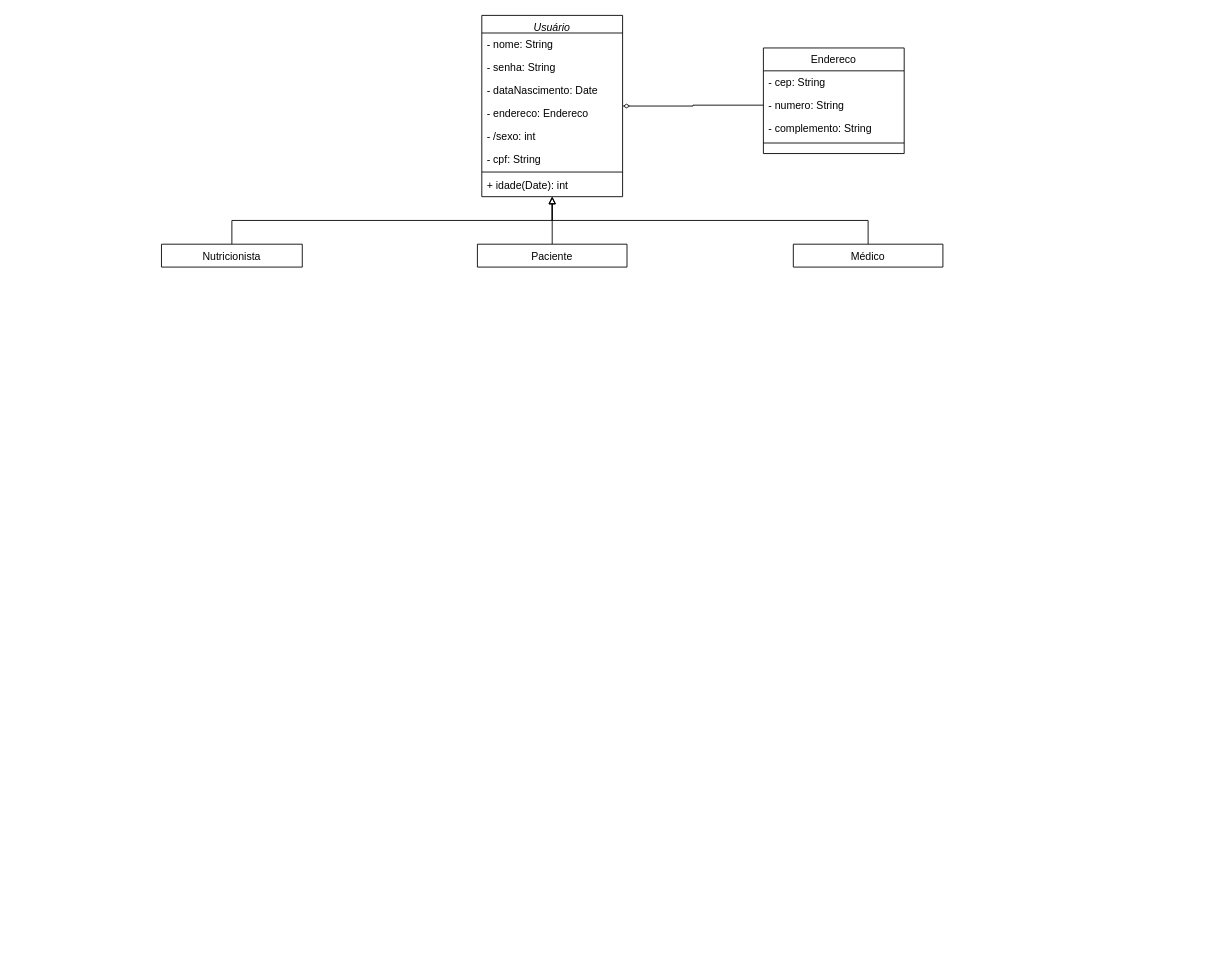
Before: diagrama_de_dominio.drawio in GabrielSilvaRodrigues/delimeter_app, a draw.io diagram. Source tidied: cells renumbered, new cells numbered last; positions are measured from the earlier drawing's top-left corner, leaving out a move shared by most shapes. Both pictures are drawn from the tidied source at 88%, with x=0, y=0 at pixel (161, 15).
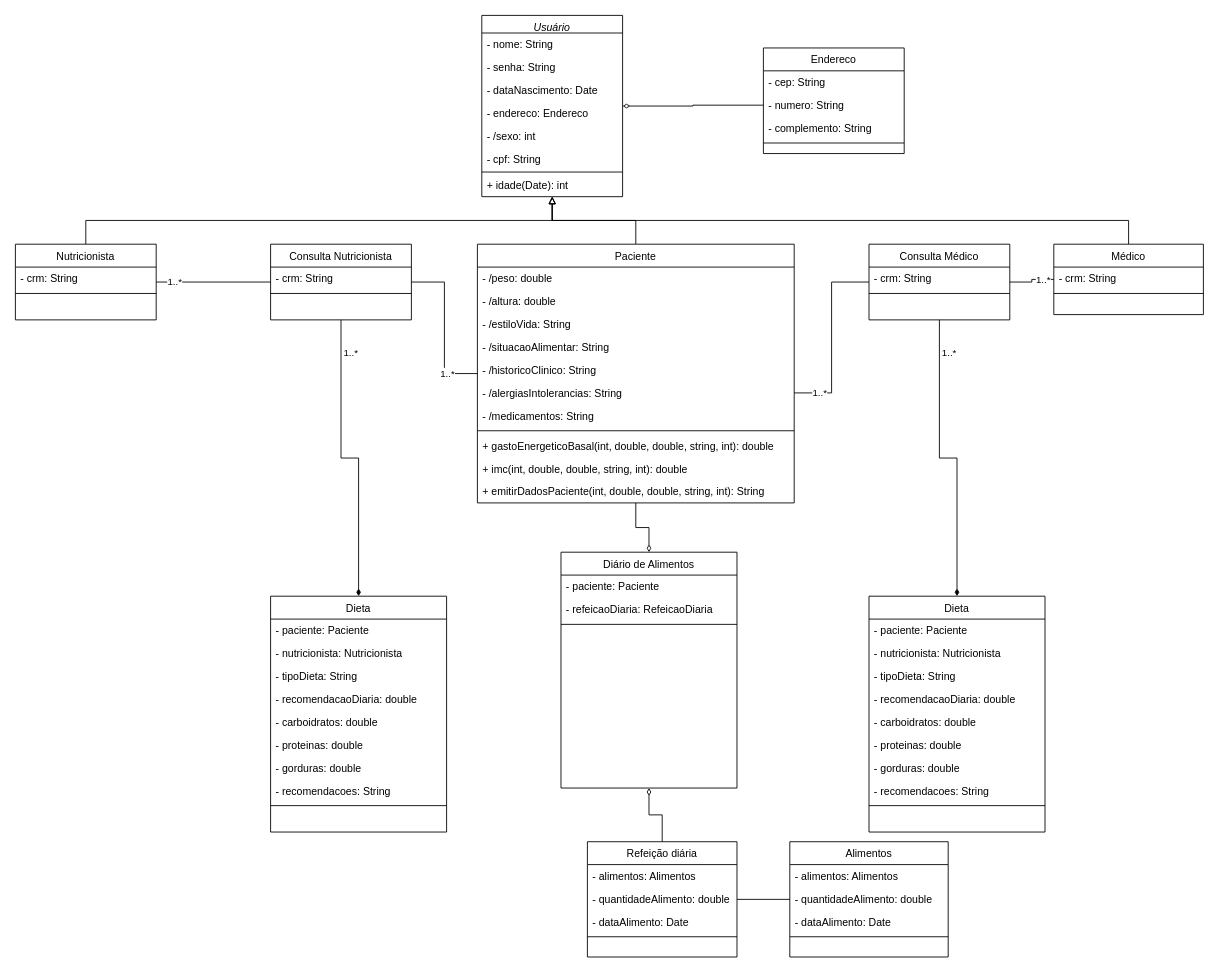
Above is the later version.

What changed in the source:
```diff
@@
-    <mxCell id="12" value="Nutricionista" style="swimlane;fontStyle=0;align=center;verticalAlign=top;horizontal=1;startSize=26;rounded=0;shadow=0;strokeWidth=1;" parent="1" vertex="1" collapsed="1">
-      <mxGeometry y="260" width="160" height="26" as="geometry" />
+    <mxCell id="12" value="Nutricionista" style="swimlane;fontStyle=0;align=center;verticalAlign=top;horizontal=1;startSize=26;rounded=0;shadow=0;strokeWidth=1;" parent="1" vertex="1">
+      <mxGeometry x="-166" y="260" width="160" height="86" as="geometry" />
     </mxCell>
+    <mxCell id="23" value="- crm: String" style="text;align=left;verticalAlign=top;spacingLeft=4;spacingRight=4;overflow=hidden;" parent="12" vertex="1">
+      <mxGeometry y="26" width="160" height="26" as="geometry" />
+    </mxCell>
+    <mxCell id="24" style="line;html=1;strokeWidth=1;align=left;verticalAlign=middle;spacingTop=-1;spacingLeft=3;spacingRight=3;labelPosition=right;" parent="12" vertex="1">
+      <mxGeometry y="52" width="160" height="8" as="geometry" />
+    </mxCell>
@@
+    <mxCell id="25" style="edgeStyle=orthogonalEdgeStyle;rounded=0;jettySize=auto;html=1;endArrow=none;startFill=0;" parent="1" edge="1" source="14" target="62">
+      <mxGeometry relative="1" as="geometry" />
+    </mxCell>
+    <mxCell id="26" value="1..*" style="edgeLabel;html=1;align=center;verticalAlign=middle;" parent="25" vertex="1">
+      <mxGeometry x="-0.5" relative="1" as="geometry" />
+    </mxCell>
-    <mxCell id="14" value="Médico" style="swimlane;fontStyle=0;align=center;verticalAlign=top;horizontal=1;startSize=26;rounded=0;shadow=0;strokeWidth=1;" parent="1" vertex="1" collapsed="1">
-      <mxGeometry x="718" y="260" width="170" height="26" as="geometry" />
+    <mxCell id="14" value="Médico" style="swimlane;fontStyle=0;align=center;verticalAlign=top;horizontal=1;startSize=26;rounded=0;shadow=0;strokeWidth=1;" parent="1" vertex="1">
+      <mxGeometry x="1014" y="260" width="170" height="80" as="geometry" />
     </mxCell>
+    <mxCell id="27" value="- crm: String" style="text;align=left;verticalAlign=top;spacingLeft=4;spacingRight=4;overflow=hidden;" parent="14" vertex="1">
+      <mxGeometry y="26" width="170" height="26" as="geometry" />
+    </mxCell>
+    <mxCell id="28" style="line;html=1;strokeWidth=1;align=left;verticalAlign=middle;spacingTop=-1;spacingLeft=3;spacingRight=3;labelPosition=right;" parent="14" vertex="1">
+      <mxGeometry y="52" width="170" height="8" as="geometry" />
+    </mxCell>
@@
+    <mxCell id="29" style="edgeStyle=orthogonalEdgeStyle;rounded=0;jettySize=auto;html=1;entryX=0.5;entryY=0;entryDx=0;entryDy=0;endArrow=diamondThin;endFill=0;" parent="1" edge="1" source="21" target="77">
+      <mxGeometry relative="1" as="geometry" />
+    </mxCell>
-    <mxCell id="21" value="Paciente" style="swimlane;fontStyle=0;align=center;verticalAlign=top;horizontal=1;startSize=26;rounded=0;shadow=0;strokeWidth=1;" parent="1" vertex="1" collapsed="1">
-      <mxGeometry x="359" y="260" width="170" height="26" as="geometry" />
+    <mxCell id="21" value="Paciente" style="swimlane;fontStyle=0;align=center;verticalAlign=top;horizontal=1;startSize=26;rounded=0;shadow=0;strokeWidth=1;" parent="1" vertex="1">
+      <mxGeometry x="359" y="260" width="360" height="294" as="geometry" />
     </mxCell>
+    <mxCell id="30" value="- /peso: double" style="text;align=left;verticalAlign=top;spacingLeft=4;spacingRight=4;overflow=hidden;" parent="21" vertex="1">
+      <mxGeometry y="26" width="360" height="26" as="geometry" />
+    </mxCell>
+    <mxCell id="31" value="- /altura: double" style="text;align=left;verticalAlign=top;spacingLeft=4;spacingRight=4;overflow=hidden;" parent="21" vertex="1">
+      <mxGeometry y="52" width="360" height="26" as="geometry" />
+    </mxCell>
+    <mxCell id="32" value="- /estiloVida: String" style="text;align=left;verticalAlign=top;spacingLeft=4;spacingRight=4;overflow=hidden;" parent="21" vertex="1">
+      <mxGeometry y="78" width="360" height="26" as="geometry" />
+    </mxCell>
+    <mxCell id="33" value="- /situacaoAlimentar: String" style="text;align=left;verticalAlign=top;spacingLeft=4;spacingRight=4;overflow=hidden;" parent="21" vertex="1">
+      <mxGeometry y="104" width="360" height="26" as="geometry" />
+    </mxCell>
+    <mxCell id="34" value="- /historicoClinico: String" style="text;align=left;verticalAlign=top;spacingLeft=4;spacingRight=4;overflow=hidden;" parent="21" vertex="1">
+      <mxGeometry y="130" width="360" height="26" as="geometry" />
+    </mxCell>
+    <mxCell id="35" value="- /alergiasIntolerancias: String" style="text;align=left;verticalAlign=top;spacingLeft=4;spacingRight=4;overflow=hidden;points=[[0,0.5],[1,0.5]];portConstraint=eastwest;" parent="21" vertex="1">
+      <mxGeometry y="156" width="360" height="26" as="geometry" />
+    </mxCell>
+    <mxCell id="36" value="- /medicamentos: String" style="text;align=left;verticalAlign=top;spacingLeft=4;spacingRight=4;overflow=hidden;" parent="21" vertex="1">
+      <mxGeometry y="182" width="360" height="26" as="geometry" />
+    </mxCell>
+    <mxCell id="37" style="line;html=1;strokeWidth=1;align=left;verticalAlign=middle;spacingTop=-1;spacingLeft=3;spacingRight=3;labelPosition=right;" parent="21" vertex="1">
+      <mxGeometry y="208" width="360" height="8" as="geometry" />
+    </mxCell>
+    <mxCell id="38" value="+ gastoEnergeticoBasal(int, double, double, string, int): double" style="text;align=left;verticalAlign=top;spacingLeft=4;spacingRight=4;overflow=hidden;" parent="21" vertex="1">
+      <mxGeometry y="216" width="360" height="26" as="geometry" />
+    </mxCell>
+    <mxCell id="39" value="+ imc(int, double, double, string, int): double" style="text;align=left;verticalAlign=top;spacingLeft=4;spacingRight=4;overflow=hidden;" parent="21" vertex="1">
+      <mxGeometry y="242" width="360" height="26" as="geometry" />
+    </mxCell>
+    <mxCell id="40" value="+ emitirDadosPaciente(int, double, double, string, int): String" style="text;align=left;verticalAlign=top;spacingLeft=4;spacingRight=4;overflow=hidden;" parent="21" vertex="1">
+      <mxGeometry y="268" width="360" height="26" as="geometry" />
+    </mxCell>
@@
+    <mxCell id="41" style="edgeStyle=orthogonalEdgeStyle;rounded=0;jettySize=auto;html=1;entryX=0.5;entryY=0;entryDx=0;entryDy=0;endArrow=diamondThin;endFill=1;" parent="1" edge="1" source="47" target="50">
+      <mxGeometry relative="1" as="geometry" />
+    </mxCell>
+    <mxCell id="42" value="1..*" style="edgeLabel;html=1;align=center;verticalAlign=middle;" parent="41" vertex="1">
+      <mxGeometry x="-0.78" relative="1" as="geometry">
+        <mxPoint x="10" as="offset" />
+      </mxGeometry>
+    </mxCell>
+    <mxCell id="43" style="edgeStyle=orthogonalEdgeStyle;rounded=0;jettySize=auto;html=1;entryX=1;entryY=0.5;entryDx=0;entryDy=0;endArrow=none;startFill=0;" parent="1" edge="1" source="47" target="12">
+      <mxGeometry relative="1" as="geometry" />
+    </mxCell>
+    <mxCell id="44" value="1..*" style="edgeLabel;html=1;align=center;verticalAlign=middle;" parent="43" vertex="1">
+      <mxGeometry x="0.69" y="-1" relative="1" as="geometry" />
+    </mxCell>
+    <mxCell id="45" style="edgeStyle=orthogonalEdgeStyle;rounded=0;jettySize=auto;html=1;entryX=0;entryY=0.5;entryDx=0;entryDy=0;endArrow=none;startFill=0;" parent="1" edge="1" source="47" target="21">
+      <mxGeometry relative="1" as="geometry" />
+    </mxCell>
+    <mxCell id="46" value="1..*" style="edgeLabel;html=1;align=center;verticalAlign=middle;" parent="45" vertex="1">
+      <mxGeometry x="0.61" y="1" relative="1" as="geometry" />
+    </mxCell>
+    <mxCell id="47" value="Consulta Nutricionista" style="swimlane;fontStyle=0;align=center;verticalAlign=top;horizontal=1;startSize=26;rounded=0;shadow=0;strokeWidth=1;" parent="1" vertex="1">
+      <mxGeometry x="124" y="260" width="160" height="86" as="geometry" />
+    </mxCell>
+    <mxCell id="48" value="- crm: String" style="text;align=left;verticalAlign=top;spacingLeft=4;spacingRight=4;overflow=hidden;" parent="47" vertex="1">
+      <mxGeometry y="26" width="160" height="26" as="geometry" />
+    </mxCell>
+    <mxCell id="49" style="line;html=1;strokeWidth=1;align=left;verticalAlign=middle;spacingTop=-1;spacingLeft=3;spacingRight=3;labelPosition=right;" parent="47" vertex="1">
+      <mxGeometry y="52" width="160" height="8" as="geometry" />
+    </mxCell>
+    <mxCell id="50" value="Dieta" style="swimlane;fontStyle=0;align=center;verticalAlign=top;horizontal=1;startSize=26;rounded=0;shadow=0;strokeWidth=1;" parent="1" vertex="1">
+      <mxGeometry x="124" y="660" width="200" height="268" as="geometry" />
+    </mxCell>
+    <mxCell id="51" value="- paciente: Paciente" style="text;align=left;verticalAlign=top;spacingLeft=4;spacingRight=4;overflow=hidden;" parent="50" vertex="1">
+      <mxGeometry y="26" width="200" height="26" as="geometry" />
+    </mxCell>
+    <mxCell id="52" value="- nutricionista: Nutricionista" style="text;align=left;verticalAlign=top;spacingLeft=4;spacingRight=4;overflow=hidden;" parent="50" vertex="1">
+      <mxGeometry y="52" width="200" height="26" as="geometry" />
+    </mxCell>
+    <mxCell id="53" value="- tipoDieta: String" style="text;align=left;verticalAlign=top;spacingLeft=4;spacingRight=4;overflow=hidden;" parent="50" vertex="1">
+      <mxGeometry y="78" width="200" height="26" as="geometry" />
+    </mxCell>
+    <mxCell id="54" value="- recomendacaoDiaria: double" style="text;align=left;verticalAlign=top;spacingLeft=4;spacingRight=4;overflow=hidden;" parent="50" vertex="1">
+      <mxGeometry y="104" width="200" height="26" as="geometry" />
+    </mxCell>
+    <mxCell id="55" value="- carboidratos: double" style="text;align=left;verticalAlign=top;spacingLeft=4;spacingRight=4;overflow=hidden;" parent="50" vertex="1">
+      <mxGeometry y="130" width="200" height="26" as="geometry" />
+    </mxCell>
+    <mxCell id="56" value="- proteinas: double" style="text;align=left;verticalAlign=top;spacingLeft=4;spacingRight=4;overflow=hidden;" parent="50" vertex="1">
+      <mxGeometry y="156" width="200" height="26" as="geometry" />
+    </mxCell>
+    <mxCell id="57" value="- gorduras: double" style="text;align=left;verticalAlign=top;spacingLeft=4;spacingRight=4;overflow=hidden;" parent="50" vertex="1">
+      <mxGeometry y="182" width="200" height="26" as="geometry" />
+    </mxCell>
+    <mxCell id="58" value="- recomendacoes: String" style="text;align=left;verticalAlign=top;spacingLeft=4;spacingRight=4;overflow=hidden;" parent="50" vertex="1">
+      <mxGeometry y="208" width="200" height="26" as="geometry" />
+    </mxCell>
+    <mxCell id="59" style="line;html=1;strokeWidth=1;align=left;verticalAlign=middle;spacingTop=-1;spacingLeft=3;spacingRight=3;labelPosition=right;" parent="50" vertex="1">
+      <mxGeometry y="234" width="200" height="8" as="geometry" />
+    </mxCell>
+    <mxCell id="60" style="edgeStyle=orthogonalEdgeStyle;rounded=0;jettySize=auto;html=1;entryX=0.5;entryY=0;entryDx=0;entryDy=0;endArrow=diamondThin;endFill=1;" parent="1" edge="1" source="62" target="65">
+      <mxGeometry relative="1" as="geometry" />
+    </mxCell>
+    <mxCell id="61" value="1..*" style="edgeLabel;html=1;align=center;verticalAlign=middle;" parent="60" vertex="1">
+      <mxGeometry x="-0.78" relative="1" as="geometry">
+        <mxPoint x="10" as="offset" />
+      </mxGeometry>
+    </mxCell>
+    <mxCell id="62" value="Consulta Médico" style="swimlane;fontStyle=0;align=center;verticalAlign=top;horizontal=1;startSize=26;rounded=0;shadow=0;strokeWidth=1;" parent="1" vertex="1">
+      <mxGeometry x="804" y="260" width="160" height="86" as="geometry" />
+    </mxCell>
+    <mxCell id="63" value="- crm: String" style="text;align=left;verticalAlign=top;spacingLeft=4;spacingRight=4;overflow=hidden;" parent="62" vertex="1">
+      <mxGeometry y="26" width="160" height="26" as="geometry" />
+    </mxCell>
+    <mxCell id="64" style="line;html=1;strokeWidth=1;align=left;verticalAlign=middle;spacingTop=-1;spacingLeft=3;spacingRight=3;labelPosition=right;" parent="62" vertex="1">
+      <mxGeometry y="52" width="160" height="8" as="geometry" />
+    </mxCell>
+    <mxCell id="65" value="Dieta" style="swimlane;fontStyle=0;align=center;verticalAlign=top;horizontal=1;startSize=26;rounded=0;shadow=0;strokeWidth=1;" parent="1" vertex="1">
+      <mxGeometry x="804" y="660" width="200" height="268" as="geometry" />
+    </mxCell>
+    <mxCell id="66" value="- paciente: Paciente" style="text;align=left;verticalAlign=top;spacingLeft=4;spacingRight=4;overflow=hidden;" parent="65" vertex="1">
+      <mxGeometry y="26" width="200" height="26" as="geometry" />
+    </mxCell>
+    <mxCell id="67" value="- nutricionista: Nutricionista" style="text;align=left;verticalAlign=top;spacingLeft=4;spacingRight=4;overflow=hidden;" parent="65" vertex="1">
+      <mxGeometry y="52" width="200" height="26" as="geometry" />
+    </mxCell>
+    <mxCell id="68" value="- tipoDieta: String" style="text;align=left;verticalAlign=top;spacingLeft=4;spacingRight=4;overflow=hidden;" parent="65" vertex="1">
+      <mxGeometry y="78" width="200" height="26" as="geometry" />
+    </mxCell>
+    <mxCell id="69" value="- recomendacaoDiaria: double" style="text;align=left;verticalAlign=top;spacingLeft=4;spacingRight=4;overflow=hidden;" parent="65" vertex="1">
+      <mxGeometry y="104" width="200" height="26" as="geometry" />
+    </mxCell>
+    <mxCell id="70" value="- carboidratos: double" style="text;align=left;verticalAlign=top;spacingLeft=4;spacingRight=4;overflow=hidden;" parent="65" vertex="1">
+      <mxGeometry y="130" width="200" height="26" as="geometry" />
+    </mxCell>
+    <mxCell id="71" value="- proteinas: double" style="text;align=left;verticalAlign=top;spacingLeft=4;spacingRight=4;overflow=hidden;" parent="65" vertex="1">
+      <mxGeometry y="156" width="200" height="26" as="geometry" />
+    </mxCell>
+    <mxCell id="72" value="- gorduras: double" style="text;align=left;verticalAlign=top;spacingLeft=4;spacingRight=4;overflow=hidden;" parent="65" vertex="1">
+      <mxGeometry y="182" width="200" height="26" as="geometry" />
+    </mxCell>
+    <mxCell id="73" value="- recomendacoes: String" style="text;align=left;verticalAlign=top;spacingLeft=4;spacingRight=4;overflow=hidden;" parent="65" vertex="1">
+      <mxGeometry y="208" width="200" height="26" as="geometry" />
+    </mxCell>
+    <mxCell id="74" style="line;html=1;strokeWidth=1;align=left;verticalAlign=middle;spacingTop=-1;spacingLeft=3;spacingRight=3;labelPosition=right;" parent="65" vertex="1">
+      <mxGeometry y="234" width="200" height="8" as="geometry" />
+    </mxCell>
+    <mxCell id="75" style="edgeStyle=orthogonalEdgeStyle;rounded=0;jettySize=auto;html=1;entryX=0;entryY=0.5;entryDx=0;entryDy=0;endArrow=none;startFill=0;" parent="1" edge="1" source="35" target="62">
+      <mxGeometry relative="1" as="geometry" />
+    </mxCell>
+    <mxCell id="76" value="1..*" style="edgeLabel;html=1;align=center;verticalAlign=middle;" parent="75" vertex="1">
+      <mxGeometry x="-0.73" y="1" relative="1" as="geometry" />
+    </mxCell>
+    <mxCell id="77" value="Diário de Alimentos" style="swimlane;fontStyle=0;align=center;verticalAlign=top;horizontal=1;startSize=26;rounded=0;shadow=0;strokeWidth=1;" parent="1" vertex="1">
+      <mxGeometry x="454" y="610" width="200" height="268" as="geometry" />
+    </mxCell>
+    <mxCell id="78" value="- paciente: Paciente" style="text;align=left;verticalAlign=top;spacingLeft=4;spacingRight=4;overflow=hidden;" parent="77" vertex="1">
+      <mxGeometry y="26" width="200" height="26" as="geometry" />
+    </mxCell>
+    <mxCell id="79" value="- refeicaoDiaria: RefeicaoDiaria" style="text;align=left;verticalAlign=top;spacingLeft=4;spacingRight=4;overflow=hidden;" parent="77" vertex="1">
+      <mxGeometry y="52" width="200" height="26" as="geometry" />
+    </mxCell>
+    <mxCell id="80" style="line;html=1;strokeWidth=1;align=left;verticalAlign=middle;spacingTop=-1;spacingLeft=3;spacingRight=3;labelPosition=right;" parent="77" vertex="1">
+      <mxGeometry y="78" width="200" height="8" as="geometry" />
+    </mxCell>
+    <mxCell id="81" style="edgeStyle=orthogonalEdgeStyle;rounded=0;jettySize=auto;html=1;endArrow=diamondThin;endFill=0;" parent="1" edge="1" source="82" target="77">
+      <mxGeometry relative="1" as="geometry" />
+    </mxCell>
+    <mxCell id="82" value="Refeição diária" style="swimlane;fontStyle=0;align=center;verticalAlign=top;horizontal=1;startSize=26;rounded=0;shadow=0;strokeWidth=1;" parent="1" vertex="1">
+      <mxGeometry x="484" y="939" width="170" height="131" as="geometry" />
+    </mxCell>
+    <mxCell id="83" value="- alimentos: Alimentos" style="text;align=left;verticalAlign=top;spacingLeft=4;spacingRight=4;overflow=hidden;" parent="82" vertex="1">
+      <mxGeometry y="26" width="170" height="26" as="geometry" />
+    </mxCell>
+    <mxCell id="84" value="- quantidadeAlimento: double" style="text;align=left;verticalAlign=top;spacingLeft=4;spacingRight=4;overflow=hidden;" parent="82" vertex="1">
+      <mxGeometry y="52" width="170" height="26" as="geometry" />
+    </mxCell>
+    <mxCell id="85" value="- dataAlimento: Date" style="text;align=left;verticalAlign=top;spacingLeft=4;spacingRight=4;overflow=hidden;" parent="82" vertex="1">
+      <mxGeometry y="78" width="170" height="26" as="geometry" />
+    </mxCell>
+    <mxCell id="86" style="line;html=1;strokeWidth=1;align=left;verticalAlign=middle;spacingTop=-1;spacingLeft=3;spacingRight=3;labelPosition=right;" parent="82" vertex="1">
+      <mxGeometry y="104" width="170" height="8" as="geometry" />
+    </mxCell>
+    <mxCell id="87" style="edgeStyle=orthogonalEdgeStyle;rounded=0;jettySize=auto;html=1;endArrow=none;startFill=0;" parent="1" edge="1" source="88" target="82">
+      <mxGeometry relative="1" as="geometry" />
+    </mxCell>
+    <mxCell id="88" value="Alimentos" style="swimlane;fontStyle=0;align=center;verticalAlign=top;horizontal=1;startSize=26;rounded=0;shadow=0;strokeWidth=1;" parent="1" vertex="1">
+      <mxGeometry x="714" y="939" width="180" height="131" as="geometry" />
+    </mxCell>
+    <mxCell id="89" value="- alimentos: Alimentos" style="text;align=left;verticalAlign=top;spacingLeft=4;spacingRight=4;overflow=hidden;" parent="88" vertex="1">
+      <mxGeometry y="26" width="180" height="26" as="geometry" />
+    </mxCell>
+    <mxCell id="90" value="- quantidadeAlimento: double" style="text;align=left;verticalAlign=top;spacingLeft=4;spacingRight=4;overflow=hidden;" parent="88" vertex="1">
+      <mxGeometry y="52" width="180" height="26" as="geometry" />
+    </mxCell>
+    <mxCell id="91" value="- dataAlimento: Date" style="text;align=left;verticalAlign=top;spacingLeft=4;spacingRight=4;overflow=hidden;" parent="88" vertex="1">
+      <mxGeometry y="78" width="180" height="26" as="geometry" />
+    </mxCell>
+    <mxCell id="92" style="line;html=1;strokeWidth=1;align=left;verticalAlign=middle;spacingTop=-1;spacingLeft=3;spacingRight=3;labelPosition=right;" parent="88" vertex="1">
+      <mxGeometry y="104" width="180" height="8" as="geometry" />
+    </mxCell>
```
